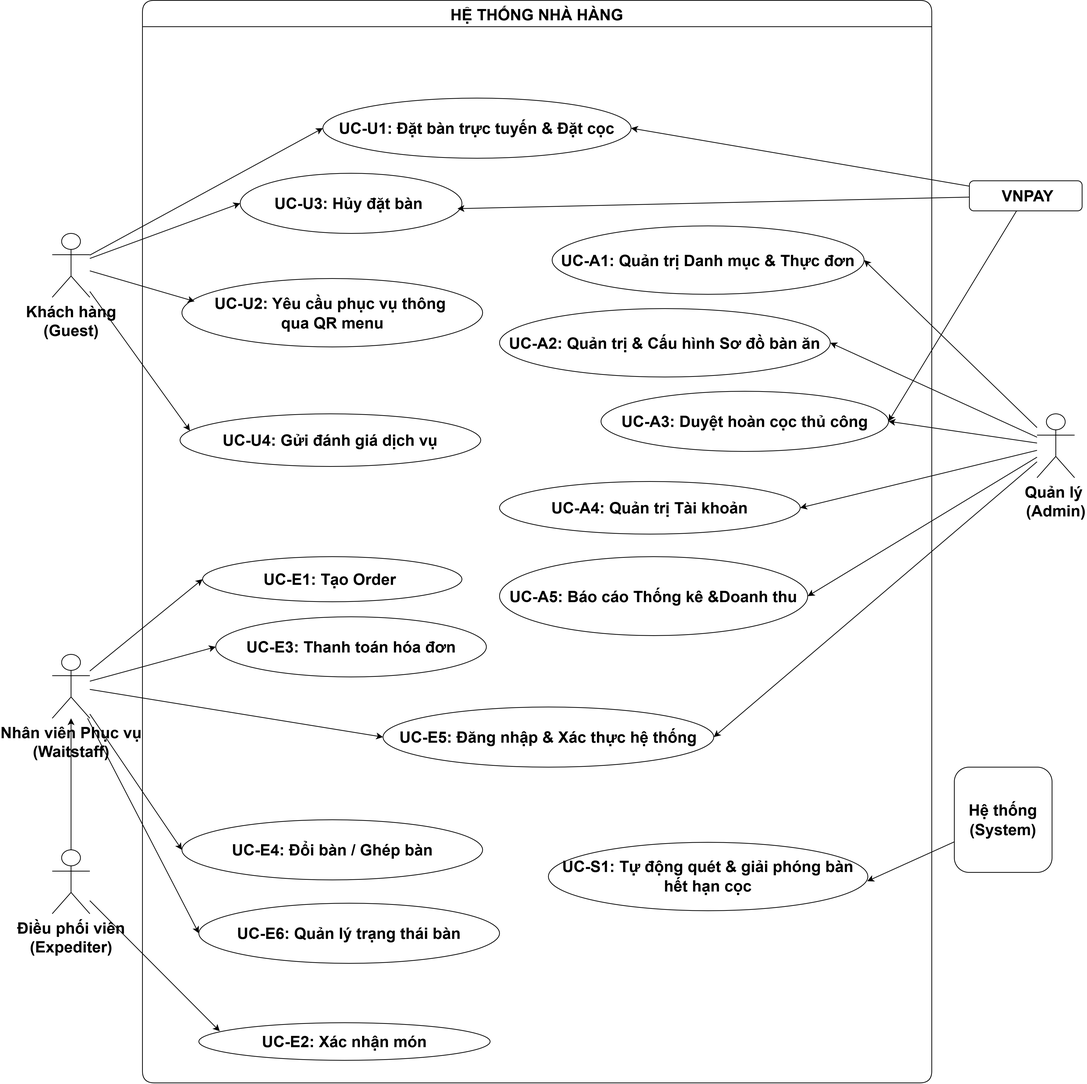
Earlier version of the draw.io export docs/phase1/drawio/use_case_overall.drawio.png (AndrewQng/VinDining). Source tidied: cells renumbered, new cells last; positions are measured from the earlier drawing's top-left corner, leaving out a move shared by most shapes.
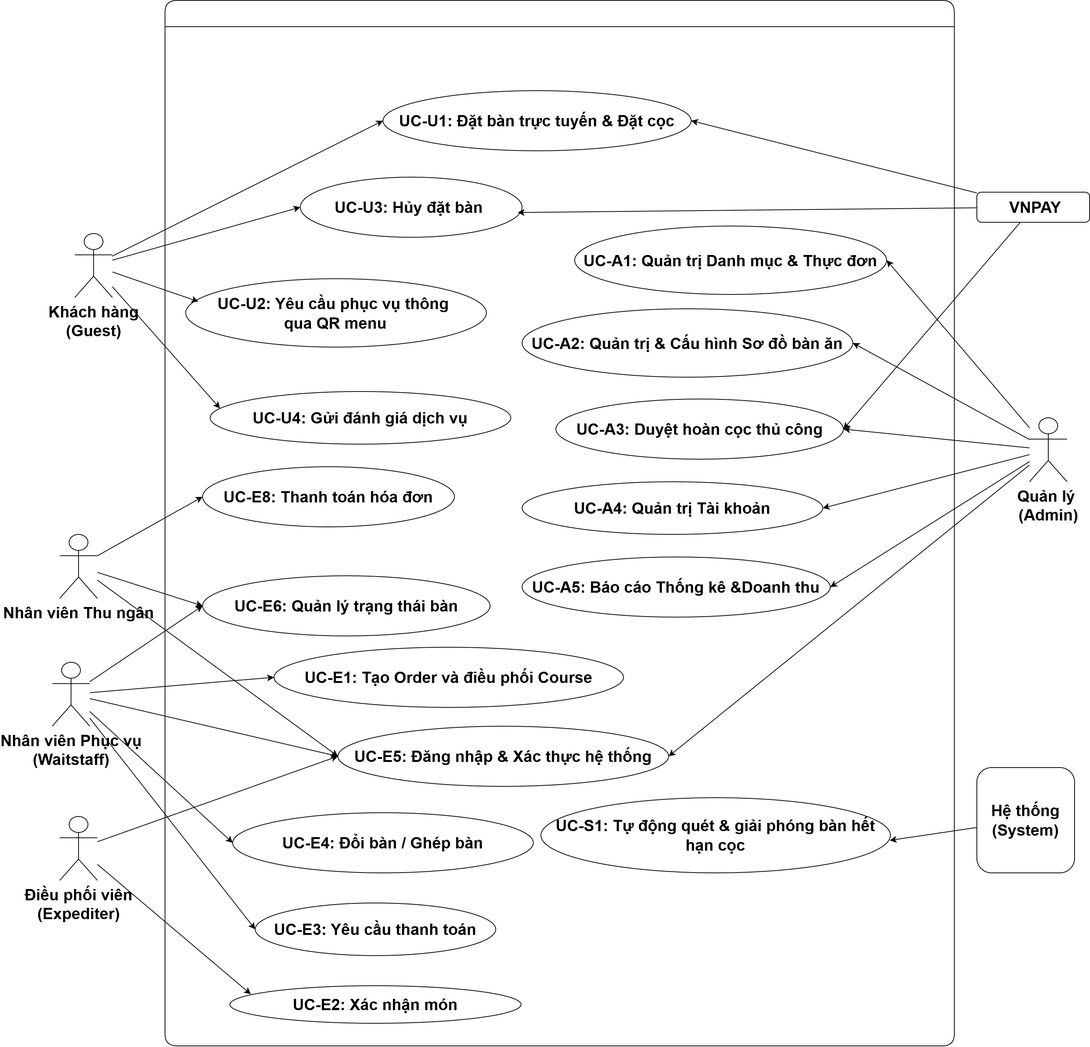
The same file after the commit.

Change to the diagram source:
```diff
@@ -15,31 +15,31 @@
       <mxGeometry relative="1" as="geometry" />
     </mxCell>
     <mxCell id="6" value="Quản lý&amp;nbsp;&lt;br&gt;(Admin)&lt;br&gt;&lt;div&gt;&lt;br&gt;&lt;/div&gt;" style="shape=umlActor;verticalLabelPosition=bottom;verticalAlign=top;html=1;fontStyle=1;fontSize=21;" parent="1" vertex="1">
-      <mxGeometry x="1310" y="550" width="50" height="85" as="geometry" />
+      <mxGeometry x="1270" y="555" width="50" height="85" as="geometry" />
     </mxCell>
     <mxCell id="7" value="Hệ thống&lt;br&gt;(System)" style="rounded=1;whiteSpace=wrap;html=1;fontStyle=1;fontSize=21;" parent="1" vertex="1">
       <mxGeometry x="1200" y="1020" width="130" height="140" as="geometry" />
     </mxCell>
-    <mxCell id="8" value="HỆ THỐNG NHÀ HÀNG" style="swimlane;startSize=35;fontStyle=1;rounded=1;fontSize=21;swimlaneLine=1;" parent="1" vertex="1">
-      <mxGeometry x="120" width="1050" height="1440" as="geometry" />
+    <mxCell id="8" value="        " style="swimlane;startSize=35;fontStyle=1;rounded=1;fontSize=21;swimlaneLine=1;" parent="1" vertex="1">
+      <mxGeometry x="120" width="1050" height="1390" as="geometry" />
     </mxCell>
     <mxCell id="9" value="UC-U1: Đặt bàn trực tuyến &amp;amp; Đặt cọc" style="ellipse;whiteSpace=wrap;html=1;fontSize=21;fontStyle=1;" parent="8" vertex="1">
-      <mxGeometry x="240" y="130" width="410" height="80" as="geometry" />
+      <mxGeometry x="290" y="120" width="410" height="80" as="geometry" />
     </mxCell>
     <mxCell id="10" value="UC-U2: Yêu cầu phục vụ thông&amp;nbsp;&lt;div&gt;qua QR menu&lt;/div&gt;" style="ellipse;whiteSpace=wrap;html=1;fontSize=21;fontStyle=1;" parent="8" vertex="1">
-      <mxGeometry x="52.5" y="370" width="400" height="91" as="geometry" />
+      <mxGeometry x="27.5" y="370" width="400" height="91" as="geometry" />
     </mxCell>
     <mxCell id="11" value="UC-U3: Hủy đặt bàn&amp;nbsp;" style="ellipse;whiteSpace=wrap;html=1;fontSize=21;fontStyle=1;" parent="8" vertex="1">
-      <mxGeometry x="130" y="230" width="295" height="80" as="geometry" />
+      <mxGeometry x="180" y="235" width="295" height="80" as="geometry" />
     </mxCell>
     <mxCell id="12" value="UC-U4: Gửi đánh giá dịch vụ" style="ellipse;whiteSpace=wrap;html=1;fontSize=21;fontStyle=1;" parent="8" vertex="1">
-      <mxGeometry x="50" y="550" width="400" height="70" as="geometry" />
+      <mxGeometry x="60" y="520" width="400" height="70" as="geometry" />
     </mxCell>
     <mxCell id="13" value="UC-E2: Xác nhận món" style="ellipse;whiteSpace=wrap;html=1;fontSize=21;fontStyle=1;" parent="8" vertex="1">
-      <mxGeometry x="75" y="1360" width="387.5" height="50" as="geometry" />
+      <mxGeometry x="86.2" y="1310" width="387.5" height="50" as="geometry" />
     </mxCell>
     <mxCell id="14" value="UC-S1: Tự động quét &amp;amp; giải phóng bàn hết hạn cọc" style="ellipse;whiteSpace=wrap;html=1;fontSize=21;fontStyle=1;" parent="8" vertex="1">
-      <mxGeometry x="540" y="1120" width="425" height="91" as="geometry" />
+      <mxGeometry x="500" y="1060" width="465" height="100" as="geometry" />
     </mxCell>
     <mxCell id="15" value="UC-A1: Quản trị Danh mục &amp;amp; Thực đơn" style="ellipse;whiteSpace=wrap;html=1;fontSize=21;fontStyle=1;" parent="8" vertex="1">
       <mxGeometry x="545" y="300" width="415" height="91" as="geometry" />
@@ -48,7 +48,7 @@
       <mxGeometry x="475" y="410" width="440" height="91" as="geometry" />
     </mxCell>
     <mxCell id="17" value="UC-A3: Duyệt hoàn cọc thủ công" style="ellipse;whiteSpace=wrap;html=1;fontSize=21;fontStyle=1;" parent="8" vertex="1">
-      <mxGeometry x="610" y="520" width="382.5" height="80" as="geometry" />
+      <mxGeometry x="520" y="530" width="382.5" height="80" as="geometry" />
     </mxCell>
     <mxCell id="18" value="UC-A4: Quản trị Tài khoản" style="ellipse;whiteSpace=wrap;html=1;fontSize=21;fontStyle=1;" parent="8" vertex="1">
       <mxGeometry x="475" y="640" width="400" height="70" as="geometry" />
@@ -60,23 +60,26 @@
       </mxGeometry>
     </mxCell>
     <mxCell id="20" value="UC-A5: Báo cáo Thống kê &amp;amp;Doanh thu" style="ellipse;whiteSpace=wrap;html=1;fontSize=21;fontStyle=1;" parent="8" vertex="1">
-      <mxGeometry x="475" y="740" width="410" height="105" as="geometry" />
+      <mxGeometry x="475" y="740" width="410" height="80" as="geometry" />
     </mxCell>
     <mxCell id="21" value="UC-E5: Đăng nhập &amp;amp; Xác thực hệ thống" style="ellipse;whiteSpace=wrap;html=1;fontSize=21;fontStyle=1;" parent="8" vertex="1">
-      <mxGeometry x="320" y="940" width="440" height="80" as="geometry" />
+      <mxGeometry x="230" y="965" width="440" height="80" as="geometry" />
     </mxCell>
-    <mxCell id="22" value="UC-E1: Tạo Order&amp;nbsp;" style="ellipse;whiteSpace=wrap;html=1;fontSize=21;fontStyle=1;" parent="8" vertex="1">
-      <mxGeometry x="80" y="740" width="345" height="60" as="geometry" />
+    <mxCell id="22" value="UC-E1: Tạo Order và điều phối Course" style="ellipse;whiteSpace=wrap;html=1;fontSize=21;fontStyle=1;" parent="8" vertex="1">
+      <mxGeometry x="145" y="860" width="465" height="80" as="geometry" />
     </mxCell>
     <mxCell id="23" value="UC-E4: Đổi bàn / Ghép bàn" style="ellipse;whiteSpace=wrap;html=1;fontSize=21;fontStyle=1;" parent="8" vertex="1">
-      <mxGeometry x="52.5" y="1090" width="400" height="80" as="geometry" />
+      <mxGeometry x="90" y="1080" width="400" height="80" as="geometry" />
     </mxCell>
-    <mxCell id="24" value="UC-E3: Thanh toán hóa đơn" style="ellipse;whiteSpace=wrap;html=1;fontSize=21;fontStyle=1;" parent="8" vertex="1">
-      <mxGeometry x="97.5" y="820" width="360" height="80" as="geometry" />
+    <mxCell id="24" value="UC-E8: Thanh toán hóa đơn" style="ellipse;whiteSpace=wrap;html=1;fontSize=21;fontStyle=1;" parent="8" vertex="1">
+      <mxGeometry x="50" y="620" width="335" height="80" as="geometry" />
     </mxCell>
     <mxCell id="25" value="UC-E6: Quản lý trạng thái bàn" style="ellipse;whiteSpace=wrap;html=1;fontSize=21;fontStyle=1;" parent="8" vertex="1">
-      <mxGeometry x="75" y="1201" width="400" height="80" as="geometry" />
+      <mxGeometry x="50" y="765" width="382.5" height="80" as="geometry" />
     </mxCell>
+    <mxCell id="47" value="UC-E3: Yêu cầu thanh toán" style="ellipse;whiteSpace=wrap;html=1;fontSize=21;fontStyle=1;" parent="8" vertex="1">
+      <mxGeometry x="120" y="1200" width="320" height="70" as="geometry" />
+    </mxCell>
     <mxCell id="26" style="rounded=0;jettySize=auto;html=1;entryX=0;entryY=0.5;entryDx=0;entryDy=0;" parent="1" edge="1" source="3" target="11">
       <mxGeometry relative="1" as="geometry" />
     </mxCell>
@@ -86,23 +89,23 @@
     <mxCell id="28" style="rounded=0;jettySize=auto;html=1;entryX=0.033;entryY=0.321;entryDx=0;entryDy=0;entryPerimeter=0;" parent="1" edge="1" source="3" target="12">
       <mxGeometry relative="1" as="geometry" />
     </mxCell>
-    <mxCell id="29" style="edgeStyle=orthogonalEdgeStyle;rounded=0;jettySize=auto;html=1;" parent="1" edge="1" source="30" target="34">
-      <mxGeometry relative="1" as="geometry" />
-    </mxCell>
+    <mxCell id="48" style="rounded=0;jettySize=auto;html=1;entryX=0;entryY=0.5;entryDx=0;entryDy=0;defaultLabelBackgroundColor=page;" parent="1" edge="1" source="30" target="21">
+      <mxGeometry relative="1" as="geometry" />
+    </mxCell>
     <mxCell id="30" value="Điều phối viên&#10;(Expediter)" style="shape=umlActor;verticalLabelPosition=bottom;verticalAlign=top;html=1;fontStyle=1;fontSize=21;" parent="1" vertex="1">
-      <mxGeometry y="1130" width="50" height="85" as="geometry" />
+      <mxGeometry x="-20" y="1085" width="50" height="85" as="geometry" />
     </mxCell>
     <mxCell id="31" style="rounded=0;jettySize=auto;html=1;entryX=0;entryY=0.5;entryDx=0;entryDy=0;" parent="1" edge="1" source="34" target="22">
       <mxGeometry relative="1" as="geometry" />
     </mxCell>
-    <mxCell id="32" style="rounded=0;jettySize=auto;html=1;entryX=0;entryY=0.5;entryDx=0;entryDy=0;" parent="1" edge="1" source="34" target="24">
-      <mxGeometry relative="1" as="geometry" />
-    </mxCell>
     <mxCell id="33" style="rounded=0;jettySize=auto;html=1;entryX=0;entryY=0.5;entryDx=0;entryDy=0;" parent="1" edge="1" source="34" target="25">
       <mxGeometry relative="1" as="geometry" />
     </mxCell>
+    <mxCell id="49" style="rounded=0;jettySize=auto;html=1;defaultLabelBackgroundColor=page;entryX=0;entryY=0.5;entryDx=0;entryDy=0;" parent="1" edge="1" source="34" target="47">
+      <mxGeometry relative="1" as="geometry" />
+    </mxCell>
     <mxCell id="34" value="Nhân viên Phục vụ&#10;(Waitstaff)" style="shape=umlActor;verticalLabelPosition=bottom;verticalAlign=top;html=1;fontStyle=1;fontSize=21;" parent="1" vertex="1">
-      <mxGeometry y="870" width="50" height="85" as="geometry" />
+      <mxGeometry x="-30" y="880" width="50" height="85" as="geometry" />
     </mxCell>
     <mxCell id="35" style="rounded=0;jettySize=auto;html=1;entryX=0.998;entryY=0.568;entryDx=0;entryDy=0;entryPerimeter=0;" parent="1" edge="1" source="7" target="14">
       <mxGeometry relative="1" as="geometry" />
@@ -135,10 +138,22 @@
       <mxGeometry relative="1" as="geometry" />
     </mxCell>
     <mxCell id="45" value="&amp;nbsp;VNPAY" style="rounded=1;whiteSpace=wrap;html=1;fontStyle=1;fontSize=21;" parent="1" vertex="1">
-      <mxGeometry x="1220" y="240" width="150" height="40" as="geometry" />
+      <mxGeometry x="1200" y="255" width="150" height="40" as="geometry" />
     </mxCell>
     <mxCell id="46" style="rounded=0;jettySize=auto;html=1;entryX=0.98;entryY=0.588;entryDx=0;entryDy=0;entryPerimeter=0;" parent="1" edge="1" source="45" target="11">
       <mxGeometry relative="1" as="geometry" />
     </mxCell>
+    <mxCell id="50" style="rounded=0;jettySize=auto;html=1;entryX=0;entryY=0.5;entryDx=0;entryDy=0;defaultLabelBackgroundColor=page;" parent="1" edge="1" source="52" target="24">
+      <mxGeometry relative="1" as="geometry" />
+    </mxCell>
+    <mxCell id="51" style="rounded=0;jettySize=auto;html=1;entryX=0;entryY=0.5;entryDx=0;entryDy=0;defaultLabelBackgroundColor=page;" parent="1" edge="1" source="52" target="21">
+      <mxGeometry relative="1" as="geometry" />
+    </mxCell>
+    <mxCell id="52" value="Nhân viên Thu ngân" style="shape=umlActor;verticalLabelPosition=bottom;verticalAlign=top;html=1;fontStyle=1;fontSize=21;" parent="1" vertex="1">
+      <mxGeometry x="-20" y="710" width="50" height="85" as="geometry" />
+    </mxCell>
+    <mxCell id="53" style="rounded=0;jettySize=auto;html=1;entryX=0;entryY=0.5;entryDx=0;entryDy=0;defaultLabelBackgroundColor=page;" parent="1" edge="1" source="52" target="25">
+      <mxGeometry relative="1" as="geometry" />
+    </mxCell>
   </root>
 </mxGraphModel>
```
